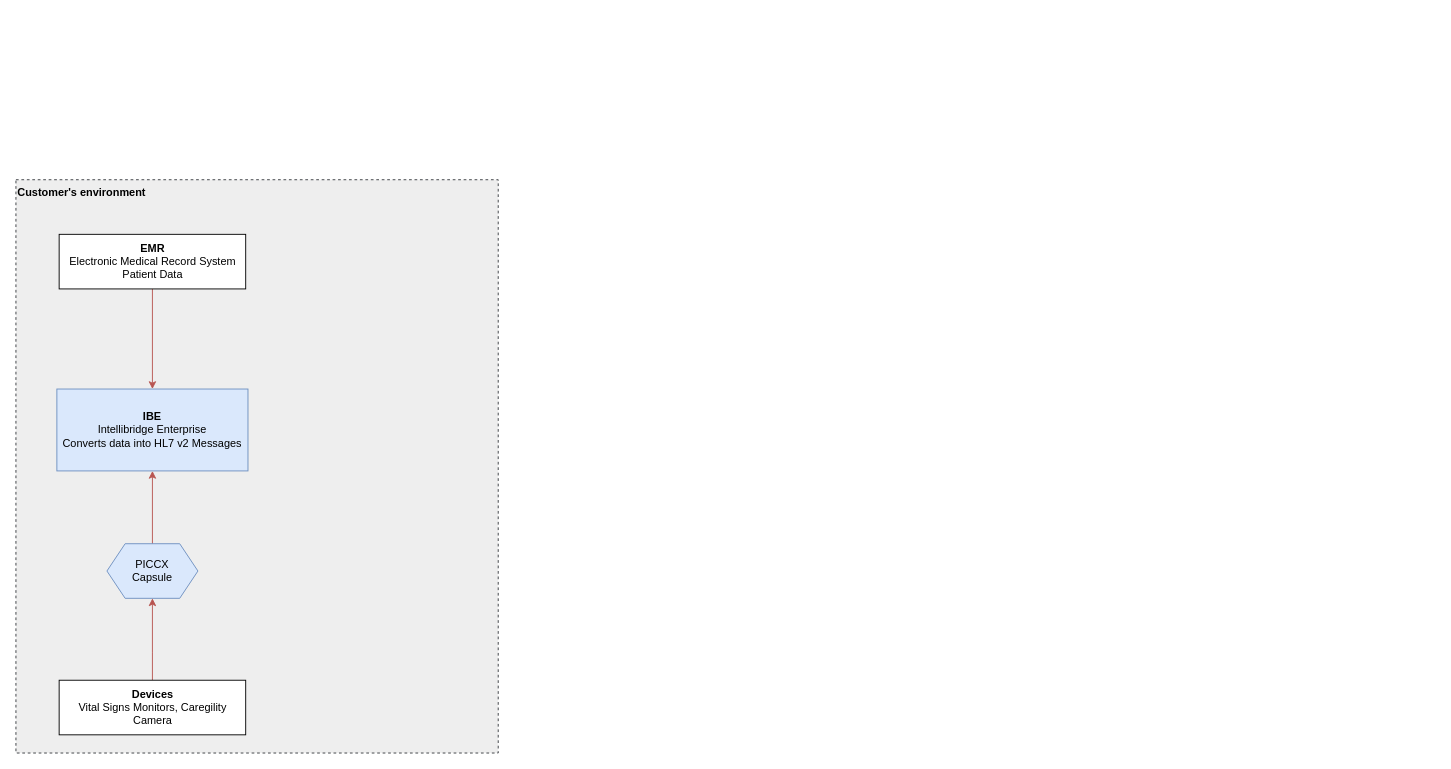
ez-philips/draw_io_diagrams keeps this draw.io diagram as VAC_Data_Flow.drawio. Above is the earlier version. Source tidied: cells renumbered, new cells numbered last; positions are measured from the earlier drawing's top-left corner, leaving out a move shared by most shapes. Both pictures are drawn from the tidied source at 91%, with x=0, y=0 at pixel (15, 179).
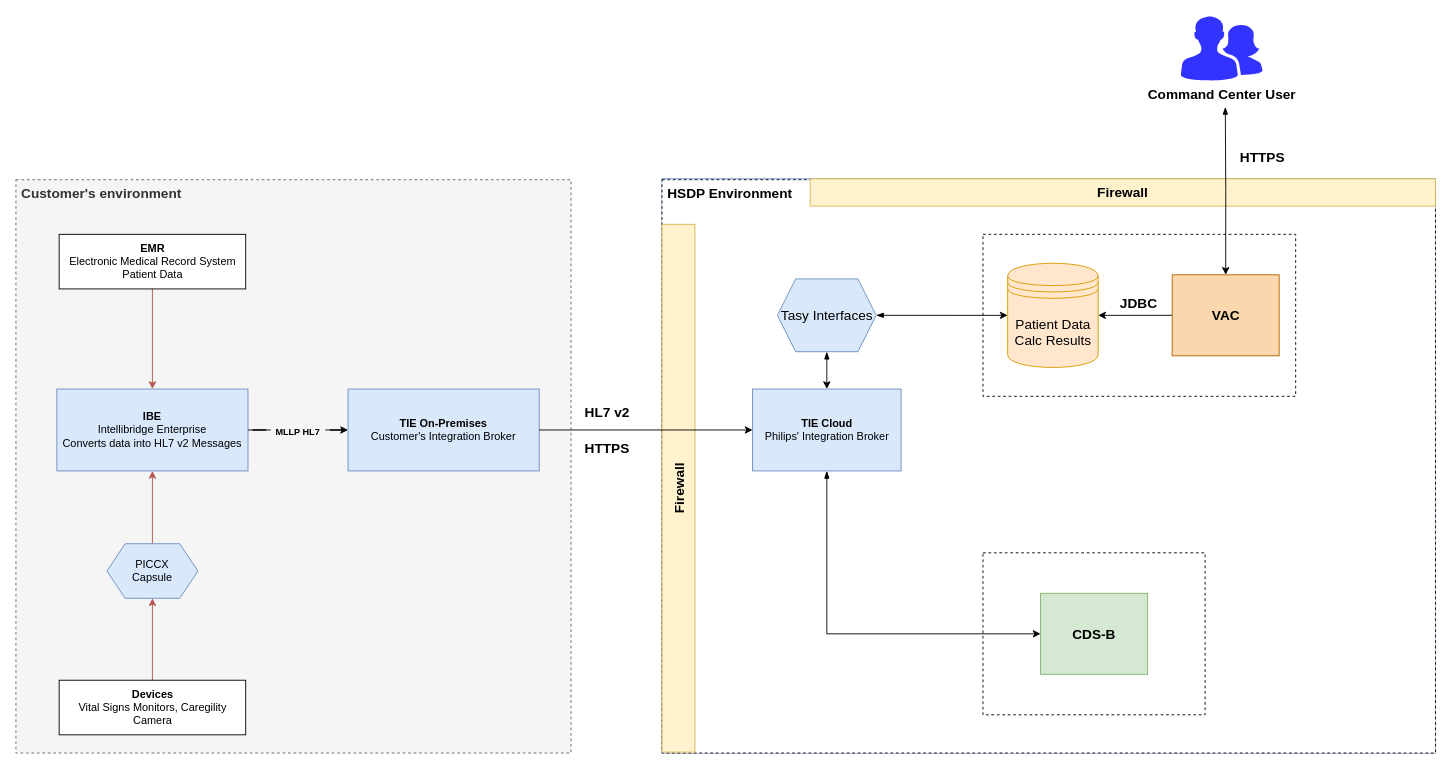
Above is the later version.

The change refers to these unchanged cells:
```xml
<mxCell id="9" value="&lt;b&gt;IBE&lt;/b&gt;&lt;br&gt;Intellibridge Enterprise&lt;br&gt;Converts data into HL7 v2 Messages" style="rounded=0;whiteSpace=wrap;html=1;fillColor=#dae8fc;strokeColor=#6c8ebf;" parent="1" vertex="1">
  <mxGeometry x="45" y="230" width="210" height="90" as="geometry" />
</mxCell>
```

What changed in the source:
```diff
@@
-    <mxCell id="2" value="&lt;b&gt;Customer's environment&lt;/b&gt;" style="rounded=0;whiteSpace=wrap;html=1;dashed=1;horizontal=1;verticalAlign=top;align=left;fillColor=#eeeeee;strokeColor=#36393d;" parent="1" vertex="1">
-      <mxGeometry width="530" height="630" as="geometry" />
+    <mxCell id="2" value="&lt;font style=&quot;font-size: 15px;&quot;&gt;&lt;b&gt;&amp;nbsp;Customer's environment&lt;/b&gt;&lt;/font&gt;" style="rounded=0;whiteSpace=wrap;html=1;dashed=1;horizontal=1;verticalAlign=top;align=left;fillColor=#f5f5f5;strokeColor=#666666;fontColor=#333333;" parent="1" vertex="1">
+      <mxGeometry width="610" height="630" as="geometry" />
     </mxCell>
@@
+    <mxCell id="10" style="edgeStyle=orthogonalEdgeStyle;rounded=0;jettySize=auto;html=1;entryX=0;entryY=0.5;entryDx=0;entryDy=0;fontSize=15;startArrow=none;" parent="1" edge="1" source="13" target="11">
+      <mxGeometry relative="1" as="geometry" />
+    </mxCell>
@@
+    <mxCell id="11" value="&lt;b&gt;TIE On-Premises&lt;/b&gt;&lt;br&gt;Customer's Integration Broker" style="rounded=0;whiteSpace=wrap;html=1;fillColor=#dae8fc;strokeColor=#6c8ebf;" parent="1" vertex="1">
+      <mxGeometry x="365" y="230" width="210" height="90" as="geometry" />
+    </mxCell>
+    <mxCell id="12" style="edgeStyle=orthogonalEdgeStyle;rounded=0;jettySize=auto;html=1;entryX=0;entryY=0.5;entryDx=0;entryDy=0;fontSize=15;endArrow=none;" parent="1" edge="1" source="9" target="13">
+      <mxGeometry relative="1" as="geometry" />
+    </mxCell>
+    <mxCell id="13" value="&lt;font style=&quot;font-size: 10px;&quot;&gt;&lt;b&gt;MLLP HL7&lt;/b&gt;&lt;/font&gt;" style="text;html=1;strokeColor=none;fillColor=none;align=center;verticalAlign=middle;whiteSpace=wrap;rounded=0;fontSize=15;" parent="1" vertex="1">
+      <mxGeometry x="280" y="260" width="60" height="30" as="geometry" />
+    </mxCell>
+    <mxCell id="14" style="group;fillColor=#dae8fc;strokeColor=#6c8ebf;" parent="1" vertex="1">
+      <mxGeometry x="710" y="-1" width="850" height="631" as="geometry" />
+    </mxCell>
+    <mxCell id="15" value="&lt;b&gt;&lt;font style=&quot;font-size: 15px;&quot;&gt;&amp;nbsp;HSDP Environment&lt;/font&gt;&lt;/b&gt;" style="rounded=0;whiteSpace=wrap;html=1;dashed=1;horizontal=1;verticalAlign=top;align=left;" parent="14" vertex="1">
+      <mxGeometry y="1" width="850" height="630" as="geometry" />
+    </mxCell>
+    <mxCell id="16" value="&lt;font style=&quot;font-size: 15px;&quot;&gt;&lt;b&gt;Firewall&lt;/b&gt;&lt;/font&gt;" style="rounded=0;whiteSpace=wrap;html=1;fontSize=10;horizontal=0;fillColor=#fff2cc;strokeColor=#d6b656;" parent="14" vertex="1">
+      <mxGeometry y="50" width="36.2" height="580" as="geometry" />
+    </mxCell>
+    <mxCell id="17" value="&lt;font style=&quot;font-size: 15px;&quot;&gt;&lt;b&gt;Firewall&lt;/b&gt;&lt;/font&gt;" style="rounded=0;whiteSpace=wrap;html=1;fontSize=10;horizontal=1;fillColor=#fff2cc;strokeColor=#d6b656;" parent="14" vertex="1">
+      <mxGeometry x="162.8" width="687.2" height="30" as="geometry" />
+    </mxCell>
+    <mxCell id="18" value="&lt;b&gt;TIE Cloud&lt;/b&gt;&lt;br&gt;Philips' Integration Broker" style="rounded=0;whiteSpace=wrap;html=1;fillColor=#dae8fc;strokeColor=#6c8ebf;" parent="14" vertex="1">
+      <mxGeometry x="99.5" y="231" width="163.2" height="90" as="geometry" />
+    </mxCell>
+    <mxCell id="19" style="rounded=0;whiteSpace=wrap;html=1;fontSize=15;fontColor=#000000;dashed=1;" parent="14" vertex="1">
+      <mxGeometry x="352.7" y="61" width="343.6" height="178" as="geometry" />
+    </mxCell>
+    <mxCell id="20" style="edgeStyle=orthogonalEdgeStyle;rounded=0;jettySize=auto;html=1;entryX=1;entryY=0.5;entryDx=0;entryDy=0;fontSize=15;fontColor=#000000;" parent="14" edge="1" source="21" target="22">
+      <mxGeometry relative="1" as="geometry" />
+    </mxCell>
+    <mxCell id="21" value="&lt;b&gt;VAC&lt;/b&gt;" style="rounded=0;whiteSpace=wrap;html=1;fontSize=15;fillColor=#fad7ac;strokeColor=#b46504;" parent="14" vertex="1">
+      <mxGeometry x="560.6" y="105.5" width="117.6" height="89" as="geometry" />
+    </mxCell>
+    <mxCell id="22" value="Patient Data&lt;br&gt;Calc Results" style="shape=datastore;whiteSpace=wrap;html=1;fontSize=15;fillColor=#ffe6cc;strokeColor=#d79b00;" parent="14" vertex="1">
+      <mxGeometry x="379.8" y="92.8" width="99.5" height="114.5" as="geometry" />
+    </mxCell>
+    <mxCell id="23" value="&lt;b&gt;JDBC&lt;/b&gt;" style="text;html=1;strokeColor=none;fillColor=none;align=center;verticalAlign=middle;whiteSpace=wrap;rounded=0;fontSize=15;fontColor=#000000;" parent="14" vertex="1">
+      <mxGeometry x="497.3" y="121" width="54.3" height="30" as="geometry" />
+    </mxCell>
+    <mxCell id="24" style="rounded=0;whiteSpace=wrap;html=1;fontSize=15;fontColor=#000000;dashed=1;" parent="14" vertex="1">
+      <mxGeometry x="352.7" y="411" width="244.1" height="178" as="geometry" />
+    </mxCell>
+    <mxCell id="25" value="&lt;b&gt;CDS-B&lt;/b&gt;" style="rounded=0;whiteSpace=wrap;html=1;fontSize=15;fillColor=#d5e8d4;strokeColor=#82b366;" parent="14" vertex="1">
+      <mxGeometry x="416" y="455.5" width="117.6" height="89" as="geometry" />
+    </mxCell>
+    <mxCell id="26" style="edgeStyle=orthogonalEdgeStyle;rounded=0;jettySize=auto;html=1;entryX=0;entryY=0.5;entryDx=0;entryDy=0;fontSize=15;fontColor=#000000;startArrow=blockThin;startFill=1;" parent="14" edge="1" source="18" target="25">
+      <mxGeometry relative="1" as="geometry">
+        <Array as="points">
+          <mxPoint x="180.9" y="500" />
+        </Array>
+      </mxGeometry>
+    </mxCell>
+    <mxCell id="27" style="edgeStyle=orthogonalEdgeStyle;rounded=0;jettySize=auto;html=1;exitX=1;exitY=0.5;exitDx=0;exitDy=0;entryX=0;entryY=0.5;entryDx=0;entryDy=0;fontSize=15;fontColor=#000000;startArrow=blockThin;startFill=1;" parent="14" edge="1" source="29" target="22">
+      <mxGeometry relative="1" as="geometry" />
+    </mxCell>
+    <mxCell id="28" style="edgeStyle=orthogonalEdgeStyle;rounded=0;jettySize=auto;html=1;entryX=0.5;entryY=0;entryDx=0;entryDy=0;fontSize=15;fontColor=#000000;startArrow=blockThin;startFill=1;" parent="14" edge="1" source="29" target="18">
+      <mxGeometry relative="1" as="geometry" />
+    </mxCell>
+    <mxCell id="29" value="Tasy Interfaces" style="shape=hexagon;perimeter=hexagonPerimeter2;whiteSpace=wrap;html=1;fixedSize=1;fontSize=15;fillColor=#dae8fc;strokeColor=#6c8ebf;" parent="14" vertex="1">
+      <mxGeometry x="126.8" y="110" width="108.5" height="80" as="geometry" />
+    </mxCell>
+    <mxCell id="30" style="edgeStyle=orthogonalEdgeStyle;rounded=0;jettySize=auto;html=1;entryX=0;entryY=0.5;entryDx=0;entryDy=0;fontSize=15;fontColor=#000000;" parent="1" edge="1" source="11" target="18">
+      <mxGeometry relative="1" as="geometry" />
+    </mxCell>
+    <mxCell id="31" value="&lt;b&gt;HL7 v2&lt;/b&gt;" style="text;html=1;strokeColor=none;fillColor=none;align=center;verticalAlign=middle;whiteSpace=wrap;rounded=0;fontSize=15;fontColor=#000000;" parent="1" vertex="1">
+      <mxGeometry x="620" y="240" width="60" height="30" as="geometry" />
+    </mxCell>
+    <mxCell id="32" value="&lt;b&gt;HTTPS&lt;/b&gt;" style="text;html=1;strokeColor=none;fillColor=none;align=center;verticalAlign=middle;whiteSpace=wrap;rounded=0;fontSize=15;fontColor=#000000;" parent="1" vertex="1">
+      <mxGeometry x="620" y="280" width="60" height="30" as="geometry" />
+    </mxCell>
+    <mxCell id="33" style="edgeStyle=orthogonalEdgeStyle;rounded=0;jettySize=auto;html=1;entryX=0.5;entryY=0;entryDx=0;entryDy=0;fontSize=15;fontColor=#000000;startArrow=blockThin;startFill=1;" parent="1" edge="1" target="21">
+      <mxGeometry relative="1" as="geometry">
+        <mxPoint x="1329" y="-80" as="sourcePoint" />
+      </mxGeometry>
+    </mxCell>
+    <mxCell id="34" value="&lt;b&gt;Command Center User&lt;/b&gt;" style="verticalLabelPosition=bottom;sketch=0;html=1;fillColor=#3333FF;strokeColor=none;verticalAlign=top;align=center;shape=mxgraph.cisco_safe.people_places_things_icons.icon2;fontSize=15;fontColor=#000000;" parent="1" vertex="1">
+      <mxGeometry x="1280" y="-180" width="90" height="71" as="geometry" />
+    </mxCell>
+    <mxCell id="35" value="&lt;b&gt;HTTPS&lt;/b&gt;" style="text;html=1;strokeColor=none;fillColor=none;align=center;verticalAlign=middle;whiteSpace=wrap;rounded=0;fontSize=15;fontColor=#000000;" parent="1" vertex="1">
+      <mxGeometry x="1340" y="-40" width="60" height="30" as="geometry" />
+    </mxCell>
```
